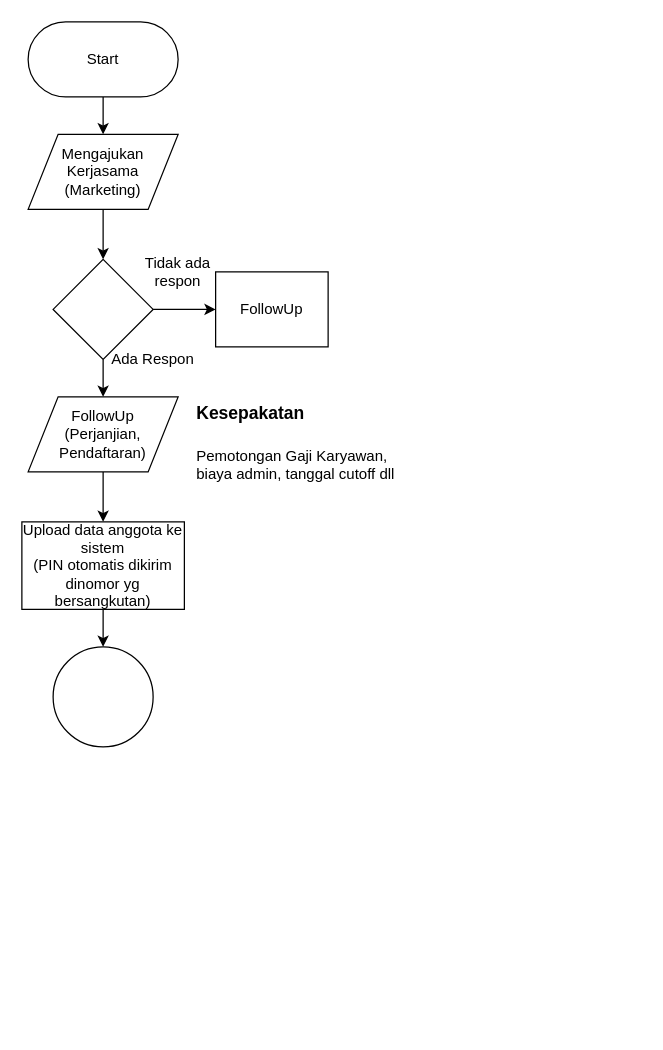
benediktus15/common keeps this draw.io diagram as Untitled Diagram.drawio. Above is the earlier version. Source tidied: cells renumbered, new cells numbered last; positions are measured from the earlier drawing's top-left corner, leaving out a move shared by most shapes. Both pictures are drawn from the tidied source at 125%, with x=0, y=0 at pixel (21, 21).
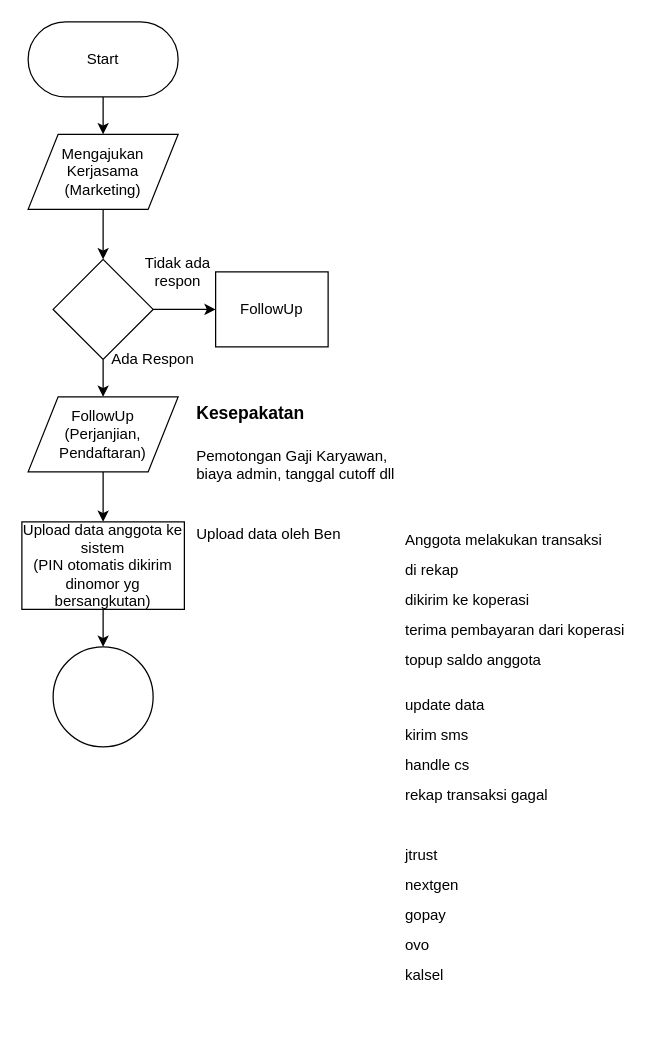
After the change.

The edit, as a diff of the source:
```diff
@@
 <mxGraphModel>
   <root>
     <mxCell id="0" />
     <mxCell id="1" parent="0" />
     <mxCell id="2" style="edgeStyle=orthogonalEdgeStyle;rounded=0;jettySize=auto;html=1;" parent="1" edge="1" source="3" target="5">
       <mxGeometry relative="1" as="geometry" />
     </mxCell>
     <mxCell id="3" value="Start" style="rounded=1;whiteSpace=wrap;html=1;arcSize=50;" parent="1" vertex="1">
       <mxGeometry x="5" width="120" height="60" as="geometry" />
     </mxCell>
     <mxCell id="4" style="edgeStyle=orthogonalEdgeStyle;rounded=0;jettySize=auto;html=1;" parent="1" edge="1" source="5" target="8">
       <mxGeometry relative="1" as="geometry" />
     </mxCell>
     <mxCell id="5" value="&lt;span style=&quot;text-align: left ; white-space: normal&quot;&gt;Mengajukan Kerjasama&lt;/span&gt;&lt;br style=&quot;text-align: left ; white-space: normal&quot;&gt;&lt;span style=&quot;text-align: left ; white-space: normal&quot;&gt;(Marketing)&lt;/span&gt;" style="shape=parallelogram;perimeter=parallelogramPerimeter;whiteSpace=wrap;html=1;" parent="1" vertex="1">
       <mxGeometry x="5" y="90" width="120" height="60" as="geometry" />
     </mxCell>
     <mxCell id="6" style="edgeStyle=orthogonalEdgeStyle;rounded=0;jettySize=auto;html=1;" parent="1" edge="1" source="8" target="11">
       <mxGeometry relative="1" as="geometry" />
     </mxCell>
     <mxCell id="7" style="edgeStyle=orthogonalEdgeStyle;rounded=0;jettySize=auto;html=1;" parent="1" edge="1" source="8" target="13">
       <mxGeometry relative="1" as="geometry" />
     </mxCell>
     <mxCell id="8" style="rhombus;whiteSpace=wrap;html=1;" parent="1" vertex="1">
       <mxGeometry x="25" y="190" width="80" height="80" as="geometry" />
     </mxCell>
     <mxCell id="9" value="Ada Respon" style="text;html=1;strokeColor=none;fillColor=none;align=center;verticalAlign=middle;whiteSpace=wrap;rounded=0;" parent="1" vertex="1">
       <mxGeometry x="65" y="260" width="80" height="20" as="geometry" />
     </mxCell>
     <mxCell id="10" value="Tidak ada respon" style="text;html=1;strokeColor=none;fillColor=none;align=center;verticalAlign=middle;whiteSpace=wrap;rounded=0;" parent="1" vertex="1">
       <mxGeometry x="85" y="190" width="80" height="20" as="geometry" />
     </mxCell>
     <mxCell id="11" value="FollowUp" style="rounded=0;whiteSpace=wrap;html=1;" parent="1" vertex="1">
       <mxGeometry x="155" y="200" width="90" height="60" as="geometry" />
     </mxCell>
     <mxCell id="12" style="edgeStyle=orthogonalEdgeStyle;rounded=0;jettySize=auto;html=1;" parent="1" edge="1" source="13" target="16">
       <mxGeometry relative="1" as="geometry" />
     </mxCell>
     <mxCell id="13" value="FollowUp&lt;br&gt;(Perjanjian, Pendaftaran)" style="shape=parallelogram;perimeter=parallelogramPerimeter;whiteSpace=wrap;html=1;" parent="1" vertex="1">
       <mxGeometry x="5" y="300" width="120" height="60" as="geometry" />
     </mxCell>
     <mxCell id="14" value="&lt;p style=&quot;line-height: 90%&quot;&gt;&lt;/p&gt;&lt;h1&gt;&lt;font style=&quot;font-size: 14px&quot;&gt;Kesepakatan&lt;/font&gt;&lt;/h1&gt;&lt;p&gt;Pemotongan Gaji Karyawan, biaya admin, tanggal cutoff dll&lt;/p&gt;&lt;p&gt;&lt;/p&gt;" style="text;html=1;strokeColor=none;fillColor=none;spacing=5;spacingTop=-20;whiteSpace=wrap;overflow=hidden;rounded=0;" parent="1" vertex="1">
       <mxGeometry x="135" y="290" width="190" height="80" as="geometry" />
     </mxCell>
     <mxCell id="15" style="edgeStyle=orthogonalEdgeStyle;rounded=0;jettySize=auto;html=1;" parent="1" edge="1" source="16" target="17">
       <mxGeometry relative="1" as="geometry" />
     </mxCell>
     <mxCell id="16" value="Upload data anggota ke sistem&lt;br&gt;(PIN otomatis dikirim dinomor yg bersangkutan)" style="rounded=0;whiteSpace=wrap;html=1;" parent="1" vertex="1">
       <mxGeometry y="400" width="130" height="70" as="geometry" />
     </mxCell>
     <mxCell id="17" style="ellipse;whiteSpace=wrap;html=1;" parent="1" vertex="1">
       <mxGeometry x="25" y="500" width="80" height="80" as="geometry" />
     </mxCell>
+    <mxCell id="18" value="&lt;br&gt;Upload data oleh Ben" style="text;strokeColor=none;fillColor=none;spacing=5;spacingTop=-21;overflow=hidden;rounded=0;align=left;horizontal=1;verticalAlign=top;fontColor=#000000;labelBackgroundColor=none;html=1;whiteSpace=wrap;" parent="1" vertex="1">
+      <mxGeometry x="135" y="400" width="190" height="50" as="geometry" />
+    </mxCell>
+    <mxCell id="19" value="&lt;p style=&quot;line-height: 100%&quot;&gt;Anggota melakukan transaksi&lt;br&gt;&lt;br&gt;di rekap&lt;br&gt;&lt;br&gt;dikirim ke koperasi&lt;br&gt;&lt;br&gt;terima pembayaran dari koperasi&lt;br&gt;&lt;br&gt;topup saldo anggota&lt;br&gt;&lt;br&gt;&lt;br&gt;update data&lt;br&gt;&lt;br&gt;kirim sms&lt;br&gt;&lt;br&gt;handle cs&lt;/p&gt;&lt;p style=&quot;line-height: 100%&quot;&gt;rekap transaksi gagal&lt;/p&gt;&lt;p style=&quot;line-height: 100%&quot;&gt;&lt;br&gt;&lt;/p&gt;&lt;p style=&quot;line-height: 100%&quot;&gt;jtrust&lt;/p&gt;&lt;p style=&quot;line-height: 100%&quot;&gt;nextgen&lt;/p&gt;&lt;p style=&quot;line-height: 100%&quot;&gt;gopay&lt;/p&gt;&lt;p style=&quot;line-height: 100%&quot;&gt;ovo&lt;/p&gt;&lt;p style=&quot;line-height: 100%&quot;&gt;kalsel&lt;/p&gt;&lt;p style=&quot;line-height: 100%&quot;&gt;&lt;br&gt;&lt;/p&gt;" style="text;strokeColor=none;fillColor=none;align=left;verticalAlign=top;rounded=0;labelBackgroundColor=none;fontColor=#000000;horizontal=1;whiteSpace=wrap;html=1;" parent="1" vertex="1">
+      <mxGeometry x="305" y="390" width="190" height="390" as="geometry" />
+    </mxCell>
   </root>
 </mxGraphModel>
```
